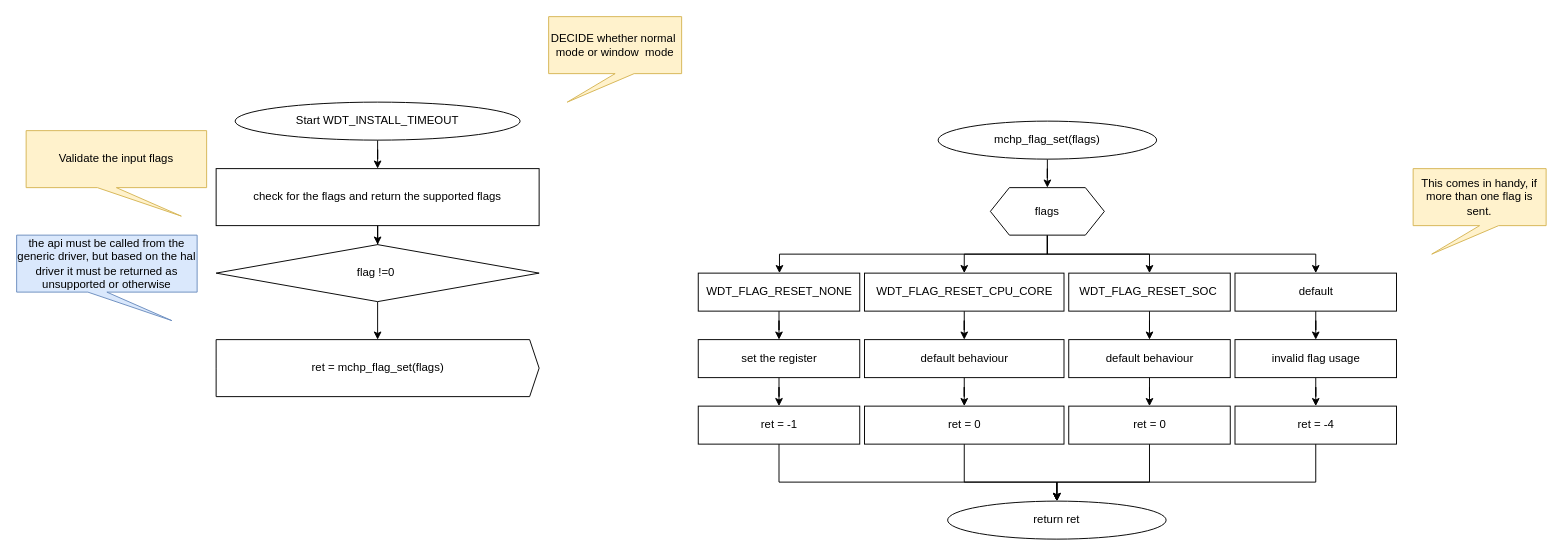
Above: page "Generic driver" (1 of 2) of Watchdog design.drawio in ghostMan-pac/aurora_final (draw.io), before the change. Source tidied: cells renumbered, new cells numbered last; positions are measured from the earlier drawing's top-left corner, leaving out a move shared by most shapes. Both pictures are drawn from the tidied source at 95%, with x=0, y=0 at pixel (16, 16).
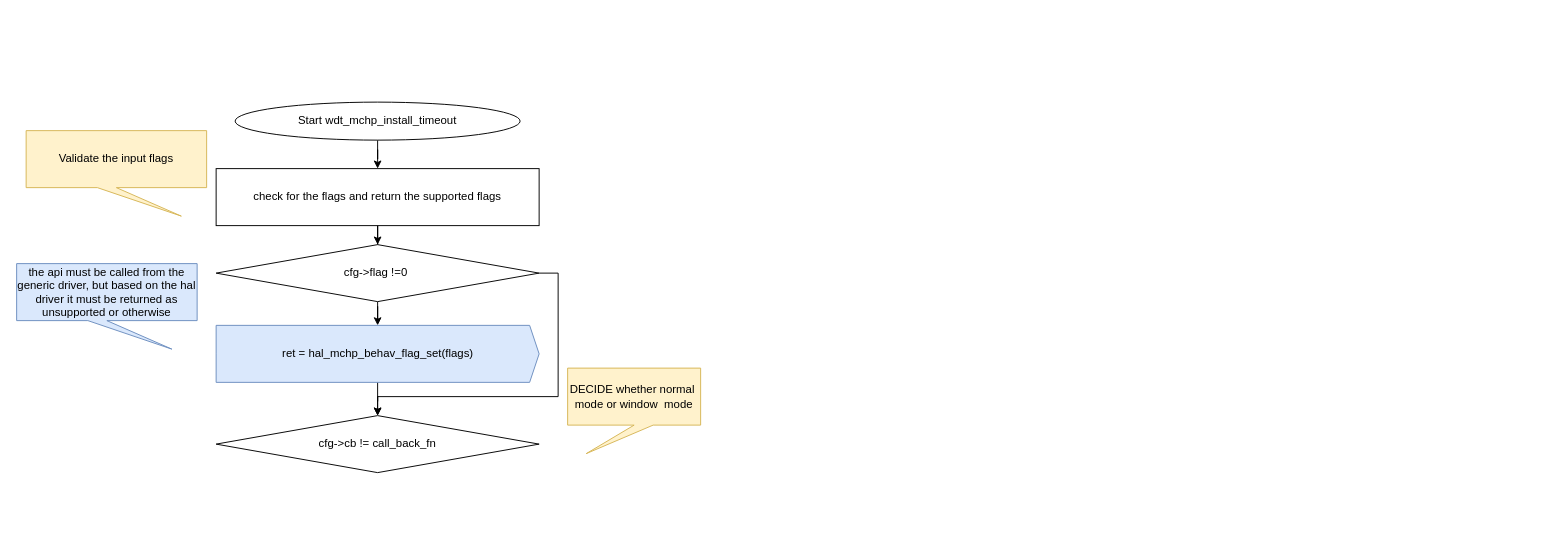
After the change.

What changed in the source:
```diff
@@
-    <mxCell id="3" value="Start WDT_INSTALL_TIMEOUT" style="ellipse;whiteSpace=wrap;html=1;" parent="1" vertex="1">
+    <mxCell id="3" value="Start wdt_mchp_install_timeout" style="ellipse;whiteSpace=wrap;html=1;" parent="1" vertex="1">
       <mxGeometry x="230" y="90" width="300" height="40" as="geometry" />
     </mxCell>
@@
+    <mxCell id="45" style="edgeStyle=orthogonalEdgeStyle;shape=connector;rounded=0;jettySize=auto;html=1;exitX=1;exitY=0.5;exitDx=0;exitDy=0;entryX=0.5;entryY=0;entryDx=0;entryDy=0;strokeColor=default;strokeWidth=1;align=center;verticalAlign=middle;fontFamily=Helvetica;fontSize=11;fontColor=default;labelBackgroundColor=default;endArrow=classic;" parent="1" edge="1" source="7" target="47">
+      <mxGeometry relative="1" as="geometry">
+        <Array as="points">
+          <mxPoint x="570" y="270" />
+          <mxPoint x="570" y="400" />
+          <mxPoint x="380" y="400" />
+        </Array>
+      </mxGeometry>
+    </mxCell>
-    <mxCell id="7" value="flag !=0&amp;nbsp;" style="rhombus;whiteSpace=wrap;html=1;" parent="1" vertex="1">
+    <mxCell id="7" value="cfg-&amp;gt;flag !=0&amp;nbsp;" style="rhombus;whiteSpace=wrap;html=1;" parent="1" vertex="1">
       <mxGeometry x="210" y="240" width="340" height="60" as="geometry" />
     </mxCell>
     <mxCell id="8" value="DECIDE whether normal&amp;nbsp; mode or window&amp;nbsp; mode" style="shape=callout;whiteSpace=wrap;html=1;perimeter=calloutPerimeter;position2=0.14;fillColor=#fff2cc;strokeColor=#d6b656;" parent="1" vertex="1">
-      <mxGeometry x="560" width="140" height="90" as="geometry" />
+      <mxGeometry x="580" y="370" width="140" height="90" as="geometry" />
     </mxCell>
@@
     <mxCell id="10" value="the api must be called from the generic driver, but based on the hal driver it must be returned as unsupported or otherwise" style="shape=callout;whiteSpace=wrap;html=1;perimeter=calloutPerimeter;position2=0.14;fillColor=#dae8fc;strokeColor=#6c8ebf;flipH=1;" parent="1" vertex="1">
-      <mxGeometry y="230" width="190" height="90" as="geometry" />
+      <mxGeometry y="260" width="190" height="90" as="geometry" />
     </mxCell>
+    <mxCell id="46" style="edgeStyle=orthogonalEdgeStyle;shape=connector;rounded=0;jettySize=auto;html=1;strokeColor=default;strokeWidth=1;align=center;verticalAlign=middle;fontFamily=Helvetica;fontSize=11;fontColor=default;labelBackgroundColor=default;endArrow=classic;" parent="1" edge="1" source="11" target="47">
+      <mxGeometry relative="1" as="geometry" />
+    </mxCell>
-    <mxCell id="11" value="ret = mchp_flag_set(flags)" style="html=1;shadow=0;dashed=0;align=center;verticalAlign=middle;shape=mxgraph.arrows2.arrow;dy=0;dx=10;notch=0;" parent="1" vertex="1">
-      <mxGeometry x="210" y="340" width="340" height="60" as="geometry" />
+    <mxCell id="11" value="ret = hal_mchp_behav_flag_set(flags)" style="html=1;shadow=0;dashed=0;align=center;verticalAlign=middle;shape=mxgraph.arrows2.arrow;dy=0;dx=10;notch=0;fillColor=#dae8fc;strokeColor=#6c8ebf;" parent="1" vertex="1">
+      <mxGeometry x="210" y="325" width="340" height="60" as="geometry" />
     </mxCell>
-    <mxCell id="12" style="edgeStyle=orthogonalEdgeStyle;rounded=0;jettySize=auto;html=1;" parent="1" edge="1" source="13" target="18">
-      <mxGeometry relative="1" as="geometry" />
-    </mxCell>
-    <mxCell id="13" value="mchp_flag_set(flags)" style="ellipse;whiteSpace=wrap;html=1;" parent="1" vertex="1">
-      <mxGeometry x="970" y="110" width="230" height="40" as="geometry" />
-    </mxCell>
-    <mxCell id="14" style="edgeStyle=orthogonalEdgeStyle;shape=connector;rounded=0;jettySize=auto;html=1;strokeColor=default;strokeWidth=1;align=center;verticalAlign=middle;fontFamily=Helvetica;fontSize=11;fontColor=default;labelBackgroundColor=default;endArrow=classic;" parent="1" edge="1" source="18" target="22">
-      <mxGeometry relative="1" as="geometry" />
-    </mxCell>
-    <mxCell id="15" style="edgeStyle=orthogonalEdgeStyle;shape=connector;rounded=0;jettySize=auto;html=1;entryX=0.5;entryY=0;entryDx=0;entryDy=0;strokeColor=default;strokeWidth=1;align=center;verticalAlign=middle;fontFamily=Helvetica;fontSize=11;fontColor=default;labelBackgroundColor=default;endArrow=classic;" parent="1" edge="1" source="18" target="24">
-      <mxGeometry relative="1" as="geometry" />
-    </mxCell>
-    <mxCell id="16" style="edgeStyle=orthogonalEdgeStyle;shape=connector;rounded=0;jettySize=auto;html=1;entryX=0.5;entryY=0;entryDx=0;entryDy=0;strokeColor=default;strokeWidth=1;align=center;verticalAlign=middle;fontFamily=Helvetica;fontSize=11;fontColor=default;labelBackgroundColor=default;endArrow=classic;" parent="1" edge="1" source="18" target="28">
-      <mxGeometry relative="1" as="geometry">
-        <Array as="points">
-          <mxPoint x="1085" y="250" />
-          <mxPoint x="1367" y="250" />
-        </Array>
-      </mxGeometry>
-    </mxCell>
-    <mxCell id="17" style="edgeStyle=orthogonalEdgeStyle;shape=connector;rounded=0;jettySize=auto;html=1;strokeColor=default;strokeWidth=1;align=center;verticalAlign=middle;fontFamily=Helvetica;fontSize=11;fontColor=default;labelBackgroundColor=default;endArrow=classic;" parent="1" edge="1" source="18" target="20">
-      <mxGeometry relative="1" as="geometry">
-        <Array as="points">
-          <mxPoint x="1085" y="250" />
-          <mxPoint x="803" y="250" />
-        </Array>
-      </mxGeometry>
-    </mxCell>
-    <mxCell id="18" value="flags" style="shape=hexagon;perimeter=hexagonPerimeter2;whiteSpace=wrap;html=1;fixedSize=1;" parent="1" vertex="1">
-      <mxGeometry x="1025" y="180" width="120" height="50" as="geometry" />
-    </mxCell>
-    <mxCell id="19" style="edgeStyle=orthogonalEdgeStyle;shape=connector;rounded=0;jettySize=auto;html=1;strokeColor=default;strokeWidth=1;align=center;verticalAlign=middle;fontFamily=Helvetica;fontSize=11;fontColor=default;labelBackgroundColor=default;endArrow=classic;" parent="1" edge="1" source="20" target="26">
-      <mxGeometry relative="1" as="geometry" />
-    </mxCell>
-    <mxCell id="20" value="WDT_FLAG_RESET_NONE" style="whiteSpace=wrap;html=1;" parent="1" vertex="1">
-      <mxGeometry x="717.5" y="270" width="170" height="40" as="geometry" />
-    </mxCell>
-    <mxCell id="21" style="edgeStyle=orthogonalEdgeStyle;shape=connector;rounded=0;jettySize=auto;html=1;strokeColor=default;strokeWidth=1;align=center;verticalAlign=middle;fontFamily=Helvetica;fontSize=11;fontColor=default;labelBackgroundColor=default;endArrow=classic;" parent="1" edge="1" source="22" target="31">
-      <mxGeometry relative="1" as="geometry" />
-    </mxCell>
-    <mxCell id="22" value="&lt;span style=&quot;white-space: normal;&quot;&gt;WDT_FLAG_RESET_CPU_CORE&lt;/span&gt;" style="whiteSpace=wrap;html=1;" parent="1" vertex="1">
-      <mxGeometry x="892.5" y="270" width="210" height="40" as="geometry" />
-    </mxCell>
-    <mxCell id="23" style="edgeStyle=orthogonalEdgeStyle;shape=connector;rounded=0;jettySize=auto;html=1;strokeColor=default;strokeWidth=1;align=center;verticalAlign=middle;fontFamily=Helvetica;fontSize=11;fontColor=default;labelBackgroundColor=default;endArrow=classic;" parent="1" edge="1" source="24" target="33">
-      <mxGeometry relative="1" as="geometry" />
-    </mxCell>
-    <mxCell id="24" value="&lt;span style=&quot;white-space: normal;&quot;&gt;WDT_FLAG_RESET_SOC&amp;nbsp;&lt;/span&gt;" style="whiteSpace=wrap;html=1;" parent="1" vertex="1">
-      <mxGeometry x="1107.5" y="270" width="170" height="40" as="geometry" />
-    </mxCell>
-    <mxCell id="25" style="edgeStyle=orthogonalEdgeStyle;shape=connector;rounded=0;jettySize=auto;html=1;strokeColor=default;strokeWidth=1;align=center;verticalAlign=middle;fontFamily=Helvetica;fontSize=11;fontColor=default;labelBackgroundColor=default;endArrow=classic;" parent="1" edge="1" source="26" target="37">
-      <mxGeometry relative="1" as="geometry" />
-    </mxCell>
-    <mxCell id="26" value="set the register" style="whiteSpace=wrap;html=1;" parent="1" vertex="1">
-      <mxGeometry x="717.5" y="340" width="170" height="40" as="geometry" />
-    </mxCell>
-    <mxCell id="27" style="edgeStyle=orthogonalEdgeStyle;shape=connector;rounded=0;jettySize=auto;html=1;strokeColor=default;strokeWidth=1;align=center;verticalAlign=middle;fontFamily=Helvetica;fontSize=11;fontColor=default;labelBackgroundColor=default;endArrow=classic;" parent="1" edge="1" source="28" target="35">
-      <mxGeometry relative="1" as="geometry" />
-    </mxCell>
-    <mxCell id="28" value="default" style="whiteSpace=wrap;html=1;" parent="1" vertex="1">
-      <mxGeometry x="1282.5" y="270" width="170" height="40" as="geometry" />
-    </mxCell>
-    <mxCell id="29" value="This comes in handy, if more than one flag is sent." style="shape=callout;whiteSpace=wrap;html=1;perimeter=calloutPerimeter;position2=0.14;fillColor=#fff2cc;strokeColor=#d6b656;" parent="1" vertex="1">
-      <mxGeometry x="1470" y="160" width="140" height="90" as="geometry" />
-    </mxCell>
-    <mxCell id="30" style="edgeStyle=orthogonalEdgeStyle;shape=connector;rounded=0;jettySize=auto;html=1;strokeColor=default;strokeWidth=1;align=center;verticalAlign=middle;fontFamily=Helvetica;fontSize=11;fontColor=default;labelBackgroundColor=default;endArrow=classic;" parent="1" edge="1" source="31" target="39">
-      <mxGeometry relative="1" as="geometry" />
-    </mxCell>
-    <mxCell id="31" value="default behaviour" style="whiteSpace=wrap;html=1;" parent="1" vertex="1">
-      <mxGeometry x="892.5" y="340" width="210" height="40" as="geometry" />
-    </mxCell>
-    <mxCell id="32" style="edgeStyle=orthogonalEdgeStyle;shape=connector;rounded=0;jettySize=auto;html=1;strokeColor=default;strokeWidth=1;align=center;verticalAlign=middle;fontFamily=Helvetica;fontSize=11;fontColor=default;labelBackgroundColor=default;endArrow=classic;" parent="1" edge="1" source="33" target="41">
-      <mxGeometry relative="1" as="geometry" />
-    </mxCell>
-    <mxCell id="33" value="&lt;span style=&quot;white-space: normal;&quot;&gt;default behaviour&lt;/span&gt;" style="whiteSpace=wrap;html=1;" parent="1" vertex="1">
-      <mxGeometry x="1107.5" y="340" width="170" height="40" as="geometry" />
-    </mxCell>
-    <mxCell id="34" style="edgeStyle=orthogonalEdgeStyle;shape=connector;rounded=0;jettySize=auto;html=1;strokeColor=default;strokeWidth=1;align=center;verticalAlign=middle;fontFamily=Helvetica;fontSize=11;fontColor=default;labelBackgroundColor=default;endArrow=classic;" parent="1" edge="1" source="35" target="43">
-      <mxGeometry relative="1" as="geometry" />
-    </mxCell>
-    <mxCell id="35" value="invalid flag usage" style="whiteSpace=wrap;html=1;" parent="1" vertex="1">
-      <mxGeometry x="1282.5" y="340" width="170" height="40" as="geometry" />
-    </mxCell>
-    <mxCell id="36" style="edgeStyle=orthogonalEdgeStyle;shape=connector;rounded=0;jettySize=auto;html=1;entryX=0.5;entryY=0;entryDx=0;entryDy=0;strokeColor=default;strokeWidth=1;align=center;verticalAlign=middle;fontFamily=Helvetica;fontSize=11;fontColor=default;labelBackgroundColor=default;endArrow=classic;" parent="1" edge="1" source="37" target="44">
-      <mxGeometry relative="1" as="geometry">
-        <Array as="points">
-          <mxPoint x="803" y="490" />
-          <mxPoint x="1095" y="490" />
-        </Array>
-      </mxGeometry>
-    </mxCell>
-    <mxCell id="37" value="ret = -1" style="whiteSpace=wrap;html=1;" parent="1" vertex="1">
-      <mxGeometry x="717.5" y="410" width="170" height="40" as="geometry" />
-    </mxCell>
-    <mxCell id="38" style="edgeStyle=orthogonalEdgeStyle;shape=connector;rounded=0;jettySize=auto;html=1;strokeColor=default;strokeWidth=1;align=center;verticalAlign=middle;fontFamily=Helvetica;fontSize=11;fontColor=default;labelBackgroundColor=default;endArrow=classic;entryX=0.5;entryY=0;entryDx=0;entryDy=0;" parent="1" edge="1" source="39" target="44">
-      <mxGeometry relative="1" as="geometry">
-        <Array as="points">
-          <mxPoint x="997" y="490" />
-          <mxPoint x="1095" y="490" />
-        </Array>
-      </mxGeometry>
-    </mxCell>
-    <mxCell id="39" value="ret = 0" style="whiteSpace=wrap;html=1;" parent="1" vertex="1">
-      <mxGeometry x="892.5" y="410" width="210" height="40" as="geometry" />
-    </mxCell>
-    <mxCell id="40" style="edgeStyle=orthogonalEdgeStyle;shape=connector;rounded=0;jettySize=auto;html=1;entryX=0.5;entryY=0;entryDx=0;entryDy=0;strokeColor=default;strokeWidth=1;align=center;verticalAlign=middle;fontFamily=Helvetica;fontSize=11;fontColor=default;labelBackgroundColor=default;endArrow=classic;" parent="1" edge="1" source="41" target="44">
-      <mxGeometry relative="1" as="geometry">
-        <Array as="points">
-          <mxPoint x="1193" y="490" />
-          <mxPoint x="1095" y="490" />
-        </Array>
-      </mxGeometry>
-    </mxCell>
-    <mxCell id="41" value="&lt;span style=&quot;white-space: normal;&quot;&gt;ret = 0&lt;/span&gt;" style="whiteSpace=wrap;html=1;" parent="1" vertex="1">
-      <mxGeometry x="1107.5" y="410" width="170" height="40" as="geometry" />
-    </mxCell>
-    <mxCell id="42" style="edgeStyle=orthogonalEdgeStyle;shape=connector;rounded=0;jettySize=auto;html=1;entryX=0.5;entryY=0;entryDx=0;entryDy=0;strokeColor=default;strokeWidth=1;align=center;verticalAlign=middle;fontFamily=Helvetica;fontSize=11;fontColor=default;labelBackgroundColor=default;endArrow=classic;" parent="1" edge="1" source="43" target="44">
-      <mxGeometry relative="1" as="geometry">
-        <Array as="points">
-          <mxPoint x="1367" y="490" />
-          <mxPoint x="1095" y="490" />
-        </Array>
-      </mxGeometry>
-    </mxCell>
-    <mxCell id="43" value="ret = -4" style="whiteSpace=wrap;html=1;" parent="1" vertex="1">
-      <mxGeometry x="1282.5" y="410" width="170" height="40" as="geometry" />
-    </mxCell>
-    <mxCell id="44" value="return ret" style="ellipse;whiteSpace=wrap;html=1;" parent="1" vertex="1">
-      <mxGeometry x="980" y="510" width="230" height="40" as="geometry" />
-    </mxCell>
+    <mxCell id="47" value="cfg-&amp;gt;cb != call_back_fn" style="rhombus;whiteSpace=wrap;html=1;" parent="1" vertex="1">
+      <mxGeometry x="210" y="420" width="340" height="60" as="geometry" />
+    </mxCell>
```
